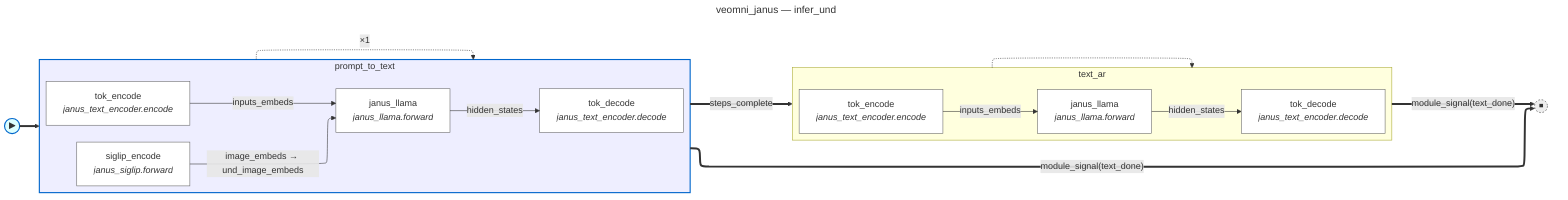
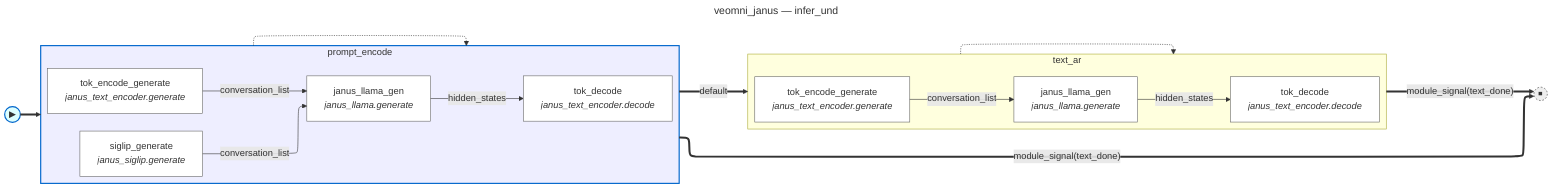
---
title: veomni_janus — infer_und
---
%%{init: {'flowchart': {'defaultRenderer': 'elk'}}}%%
flowchart LR
    fsm_start(("▶")):::fsm_start
    fsm_done(("⏹")):::fsm_terminal
-     subgraph state_prompt_to_text [prompt_to_text]
+     subgraph state_prompt_encode [prompt_encode]
        direction LR
-         prompt_to_text__siglip_encode["siglip_encode<br/><i>janus_siglip.forward</i>"]:::body_node
-         prompt_to_text__janus_llama["janus_llama<br/><i>janus_llama.forward</i>"]:::body_node
-         prompt_to_text__tok_encode["tok_encode<br/><i>janus_text_encoder.encode</i>"]:::body_node
-         prompt_to_text__tok_decode["tok_decode<br/><i>janus_text_encoder.decode</i>"]:::body_node
-         prompt_to_text__siglip_encode -->|"image_embeds → und_image_embeds"| prompt_to_text__janus_llama
-         prompt_to_text__tok_encode -->|"inputs_embeds"| prompt_to_text__janus_llama
-         prompt_to_text__janus_llama -->|"hidden_states"| prompt_to_text__tok_decode
+         prompt_encode__siglip_generate["siglip_generate<br/><i>janus_siglip.generate</i>"]:::body_node
+         prompt_encode__janus_llama_gen["janus_llama_gen<br/><i>janus_llama.generate</i>"]:::body_node
+         prompt_encode__tok_encode_generate["tok_encode_generate<br/><i>janus_text_encoder.generate</i>"]:::body_node
+         prompt_encode__tok_decode["tok_decode<br/><i>janus_text_encoder.decode</i>"]:::body_node
+         prompt_encode__siglip_generate -->|"conversation_list"| prompt_encode__janus_llama_gen
+         prompt_encode__tok_encode_generate -->|"conversation_list"| prompt_encode__janus_llama_gen
+         prompt_encode__janus_llama_gen -->|"hidden_states"| prompt_encode__tok_decode
    end
    subgraph state_text_ar [text_ar]
        direction LR
-         text_ar__tok_encode["tok_encode<br/><i>janus_text_encoder.encode</i>"]:::body_node
-         text_ar__janus_llama["janus_llama<br/><i>janus_llama.forward</i>"]:::body_node
+         text_ar__tok_encode_generate["tok_encode_generate<br/><i>janus_text_encoder.generate</i>"]:::body_node
+         text_ar__janus_llama_gen["janus_llama_gen<br/><i>janus_llama.generate</i>"]:::body_node
        text_ar__tok_decode["tok_decode<br/><i>janus_text_encoder.decode</i>"]:::body_node
-         text_ar__tok_encode -->|"inputs_embeds"| text_ar__janus_llama
-         text_ar__janus_llama -->|"hidden_states"| text_ar__tok_decode
+         text_ar__tok_encode_generate -->|"conversation_list"| text_ar__janus_llama_gen
+         text_ar__janus_llama_gen -->|"hidden_states"| text_ar__tok_decode
    end
-     state_prompt_to_text -.->|"×1"| state_prompt_to_text
+     state_prompt_encode -.-> state_prompt_encode
    state_text_ar -.-> state_text_ar
-     fsm_start ==> state_prompt_to_text
-     state_prompt_to_text ==>|"module_signal(text_done)"| fsm_done
-     state_prompt_to_text ==>|"steps_complete"| state_text_ar
+     fsm_start ==> state_prompt_encode
+     state_prompt_encode ==>|"module_signal(text_done)"| fsm_done
+     state_prompt_encode ==>|"default"| state_text_ar
    state_text_ar ==>|"module_signal(text_done)"| fsm_done
    classDef body_node fill:#fff,stroke:#666
    classDef fsm_start fill:#dff,stroke:#06c,stroke-width:2px
    classDef fsm_terminal fill:#eee,stroke:#333,stroke-width:1px,stroke-dasharray:3 3
-     style state_prompt_to_text fill:#eef,stroke:#06c,stroke-width:2px
+     style state_prompt_encode fill:#eef,stroke:#06c,stroke-width:2px
